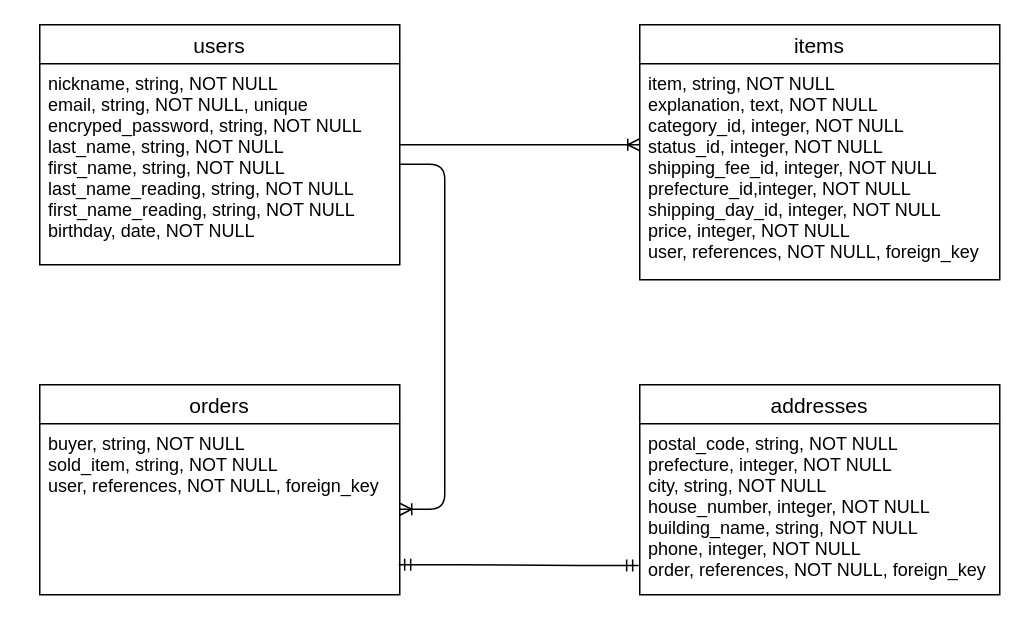
The draw.io diagram furima.dio in Katy-May10/furima-41600, before the edit. Source tidied: cells renumbered, new cells numbered last; positions are measured from the earlier drawing's top-left corner, leaving out a move shared by most shapes. Both pictures are drawn from the tidied source at 150%, with x=0, y=0 at pixel (39, 24).
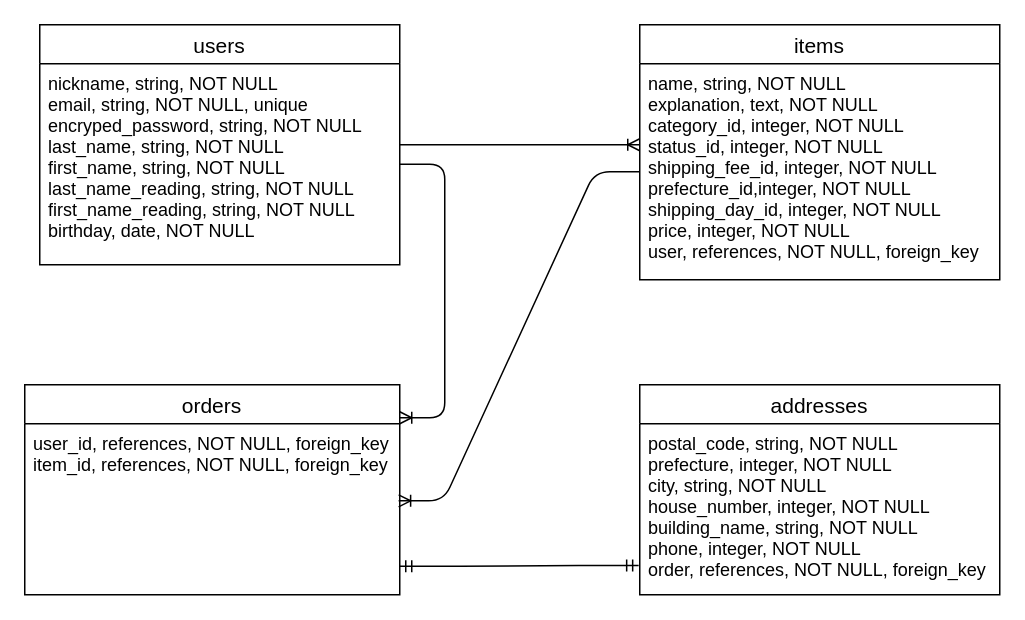
The same page after the edit.

Commit message (it also covers changes not shown here):
データベース設計

What changed in the source:
```diff
@@
 <mxGraphModel>
   <root>
     <mxCell id="0" />
     <mxCell id="1" parent="0" />
     <mxCell id="2" value="users" style="swimlane;fontStyle=0;horizontal=1;startSize=26;align=center;fontSize=14;" parent="1" vertex="1">
       <mxGeometry width="240" height="160" as="geometry" />
     </mxCell>
     <mxCell id="3" value="nickname, string, NOT NULL&#10;email, string, NOT NULL, unique&#10;encryped_password, string, NOT NULL&#10;last_name, string, NOT NULL&#10;first_name, string, NOT NULL&#10;last_name_reading, string, NOT NULL&#10;first_name_reading, string, NOT NULL&#10;birthday, date, NOT NULL" style="text;strokeColor=none;fillColor=none;spacingLeft=4;spacingRight=4;overflow=hidden;points=[[0,0.5],[1,0.5]];portConstraint=eastwest;fontSize=12;" parent="2" vertex="1">
       <mxGeometry y="26" width="240" height="134" as="geometry" />
     </mxCell>
     <mxCell id="4" value="items" style="swimlane;fontStyle=0;horizontal=1;startSize=26;align=center;fontSize=14;" parent="1" vertex="1">
       <mxGeometry x="400" width="240" height="170" as="geometry" />
     </mxCell>
-    <mxCell id="5" value="item, string, NOT NULL&#10;explanation, text, NOT NULL&#10;category_id, integer, NOT NULL&#10;status_id, integer, NOT NULL&#10;shipping_fee_id, integer, NOT NULL&#10;prefecture_id,integer, NOT NULL&#10;shipping_day_id, integer, NOT NULL&#10;price, integer, NOT NULL&#10;user, references, NOT NULL, foreign_key" style="text;strokeColor=none;fillColor=none;spacingLeft=4;spacingRight=4;overflow=hidden;points=[[0,0.5],[1,0.5]];portConstraint=eastwest;fontSize=12;" parent="4" vertex="1">
+    <mxCell id="5" value="name, string, NOT NULL&#10;explanation, text, NOT NULL&#10;category_id, integer, NOT NULL&#10;status_id, integer, NOT NULL&#10;shipping_fee_id, integer, NOT NULL&#10;prefecture_id,integer, NOT NULL&#10;shipping_day_id, integer, NOT NULL&#10;price, integer, NOT NULL&#10;user, references, NOT NULL, foreign_key" style="text;strokeColor=none;fillColor=none;spacingLeft=4;spacingRight=4;overflow=hidden;points=[[0,0.5],[1,0.5]];portConstraint=eastwest;fontSize=12;" parent="4" vertex="1">
       <mxGeometry y="26" width="240" height="144" as="geometry" />
     </mxCell>
     <mxCell id="6" style="edgeStyle=none;html=1;entryX=0.486;entryY=1;entryDx=0;entryDy=0;entryPerimeter=0;" parent="4" edge="1" source="4" target="5">
       <mxGeometry relative="1" as="geometry" />
     </mxCell>
     <mxCell id="7" value="orders" style="swimlane;fontStyle=0;horizontal=1;startSize=26;align=center;fontSize=14;" parent="1" vertex="1">
-      <mxGeometry y="240" width="240" height="140" as="geometry" />
+      <mxGeometry x="-10" y="240" width="250" height="140" as="geometry" />
     </mxCell>
-    <mxCell id="8" value="buyer, string, NOT NULL&#10;sold_item, string, NOT NULL &#10;user, references, NOT NULL, foreign_key" style="text;strokeColor=none;fillColor=none;spacingLeft=4;spacingRight=4;overflow=hidden;points=[[0,0.5],[1,0.5]];portConstraint=eastwest;fontSize=12;" parent="7" vertex="1">
-      <mxGeometry y="26" width="240" height="114" as="geometry" />
+    <mxCell id="8" value="user_id, references, NOT NULL, foreign_key&#10;item_id, references, NOT NULL, foreign_key " style="text;strokeColor=none;fillColor=none;spacingLeft=4;spacingRight=4;overflow=hidden;points=[[0,0.5],[1,0.5]];portConstraint=eastwest;fontSize=12;" parent="7" vertex="1">
+      <mxGeometry y="26" width="250" height="114" as="geometry" />
     </mxCell>
     <mxCell id="9" style="edgeStyle=entityRelationEdgeStyle;fontSize=12;html=1;endArrow=ERoneToMany;" parent="1" edge="1">
       <mxGeometry relative="1" as="geometry">
         <mxPoint x="240" y="80" as="sourcePoint" />
         <mxPoint x="400" y="80" as="targetPoint" />
       </mxGeometry>
     </mxCell>
-    <mxCell id="10" style="edgeStyle=entityRelationEdgeStyle;fontSize=12;html=1;endArrow=ERoneToMany;entryX=1;entryY=0.5;entryDx=0;entryDy=0;" parent="1" edge="1" source="3" target="8">
+    <mxCell id="10" style="edgeStyle=entityRelationEdgeStyle;fontSize=12;html=1;endArrow=ERoneToMany;entryX=1;entryY=0.157;entryDx=0;entryDy=0;entryPerimeter=0;" parent="1" edge="1" source="3" target="7">
       <mxGeometry relative="1" as="geometry" />
     </mxCell>
     <mxCell id="11" value="addresses" style="swimlane;fontStyle=0;horizontal=1;startSize=26;align=center;fontSize=14;" parent="1" vertex="1">
       <mxGeometry x="400" y="240" width="240" height="140" as="geometry" />
     </mxCell>
     <mxCell id="12" value="postal_code, string, NOT NULL&#10;prefecture, integer, NOT NULL&#10;city, string, NOT NULL&#10;house_number, integer, NOT NULL&#10;building_name, string, NOT NULL&#10;phone, integer, NOT NULL&#10;order, references, NOT NULL, foreign_key" style="text;strokeColor=none;fillColor=none;spacingLeft=4;spacingRight=4;overflow=hidden;points=[[0,0.5],[1,0.5]];portConstraint=eastwest;fontSize=12;" parent="11" vertex="1">
       <mxGeometry y="26" width="240" height="114" as="geometry" />
     </mxCell>
-    <mxCell id="13" style="edgeStyle=entityRelationEdgeStyle;fontSize=12;html=1;endArrow=ERmandOne;startArrow=ERmandOne;entryX=-0.003;entryY=0.829;entryDx=0;entryDy=0;entryPerimeter=0;exitX=0.997;exitY=0.824;exitDx=0;exitDy=0;exitPerimeter=0;" parent="1" edge="1" source="8" target="12">
-      <mxGeometry relative="1" as="geometry" />
+    <mxCell id="13" style="edgeStyle=entityRelationEdgeStyle;fontSize=12;html=1;endArrow=ERmandOne;startArrow=ERmandOne;entryX=-0.003;entryY=0.829;entryDx=0;entryDy=0;entryPerimeter=0;" parent="1" edge="1" target="12">
+      <mxGeometry relative="1" as="geometry">
+        <mxPoint x="240" y="361" as="sourcePoint" />
+      </mxGeometry>
     </mxCell>
+    <mxCell id="14" style="edgeStyle=entityRelationEdgeStyle;fontSize=12;html=1;endArrow=ERoneToMany;entryX=0.997;entryY=0.451;entryDx=0;entryDy=0;entryPerimeter=0;" parent="1" edge="1" source="5" target="8">
+      <mxGeometry relative="1" as="geometry" />
+    </mxCell>
   </root>
 </mxGraphModel>
```
